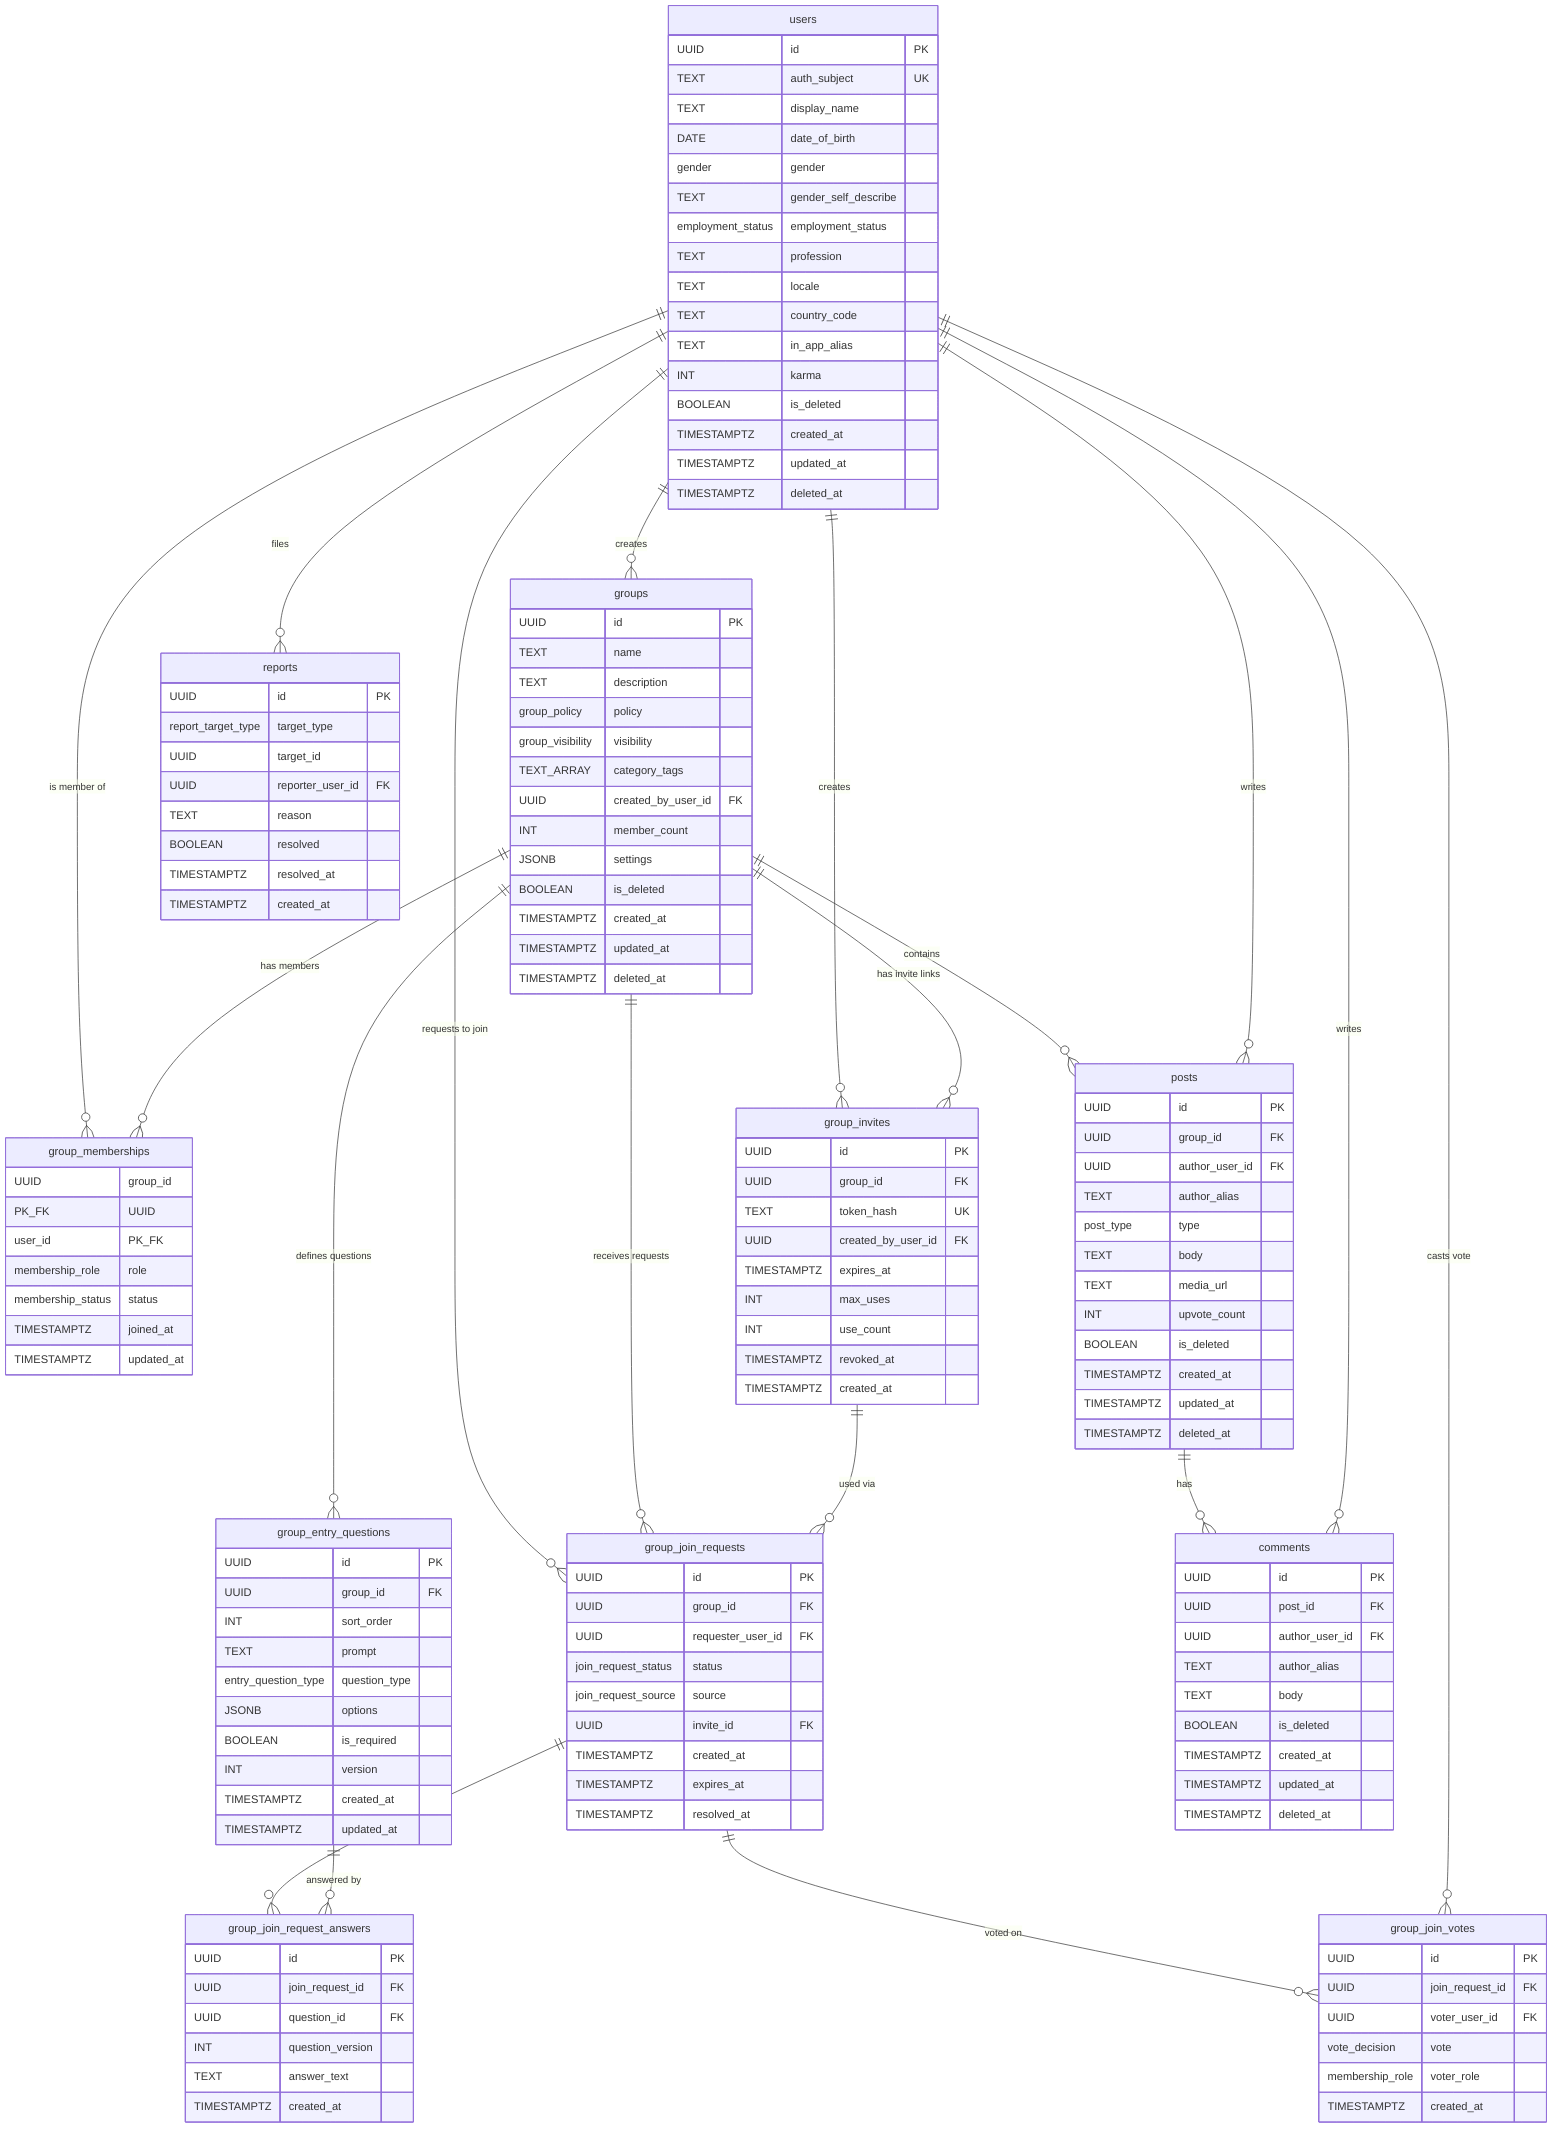
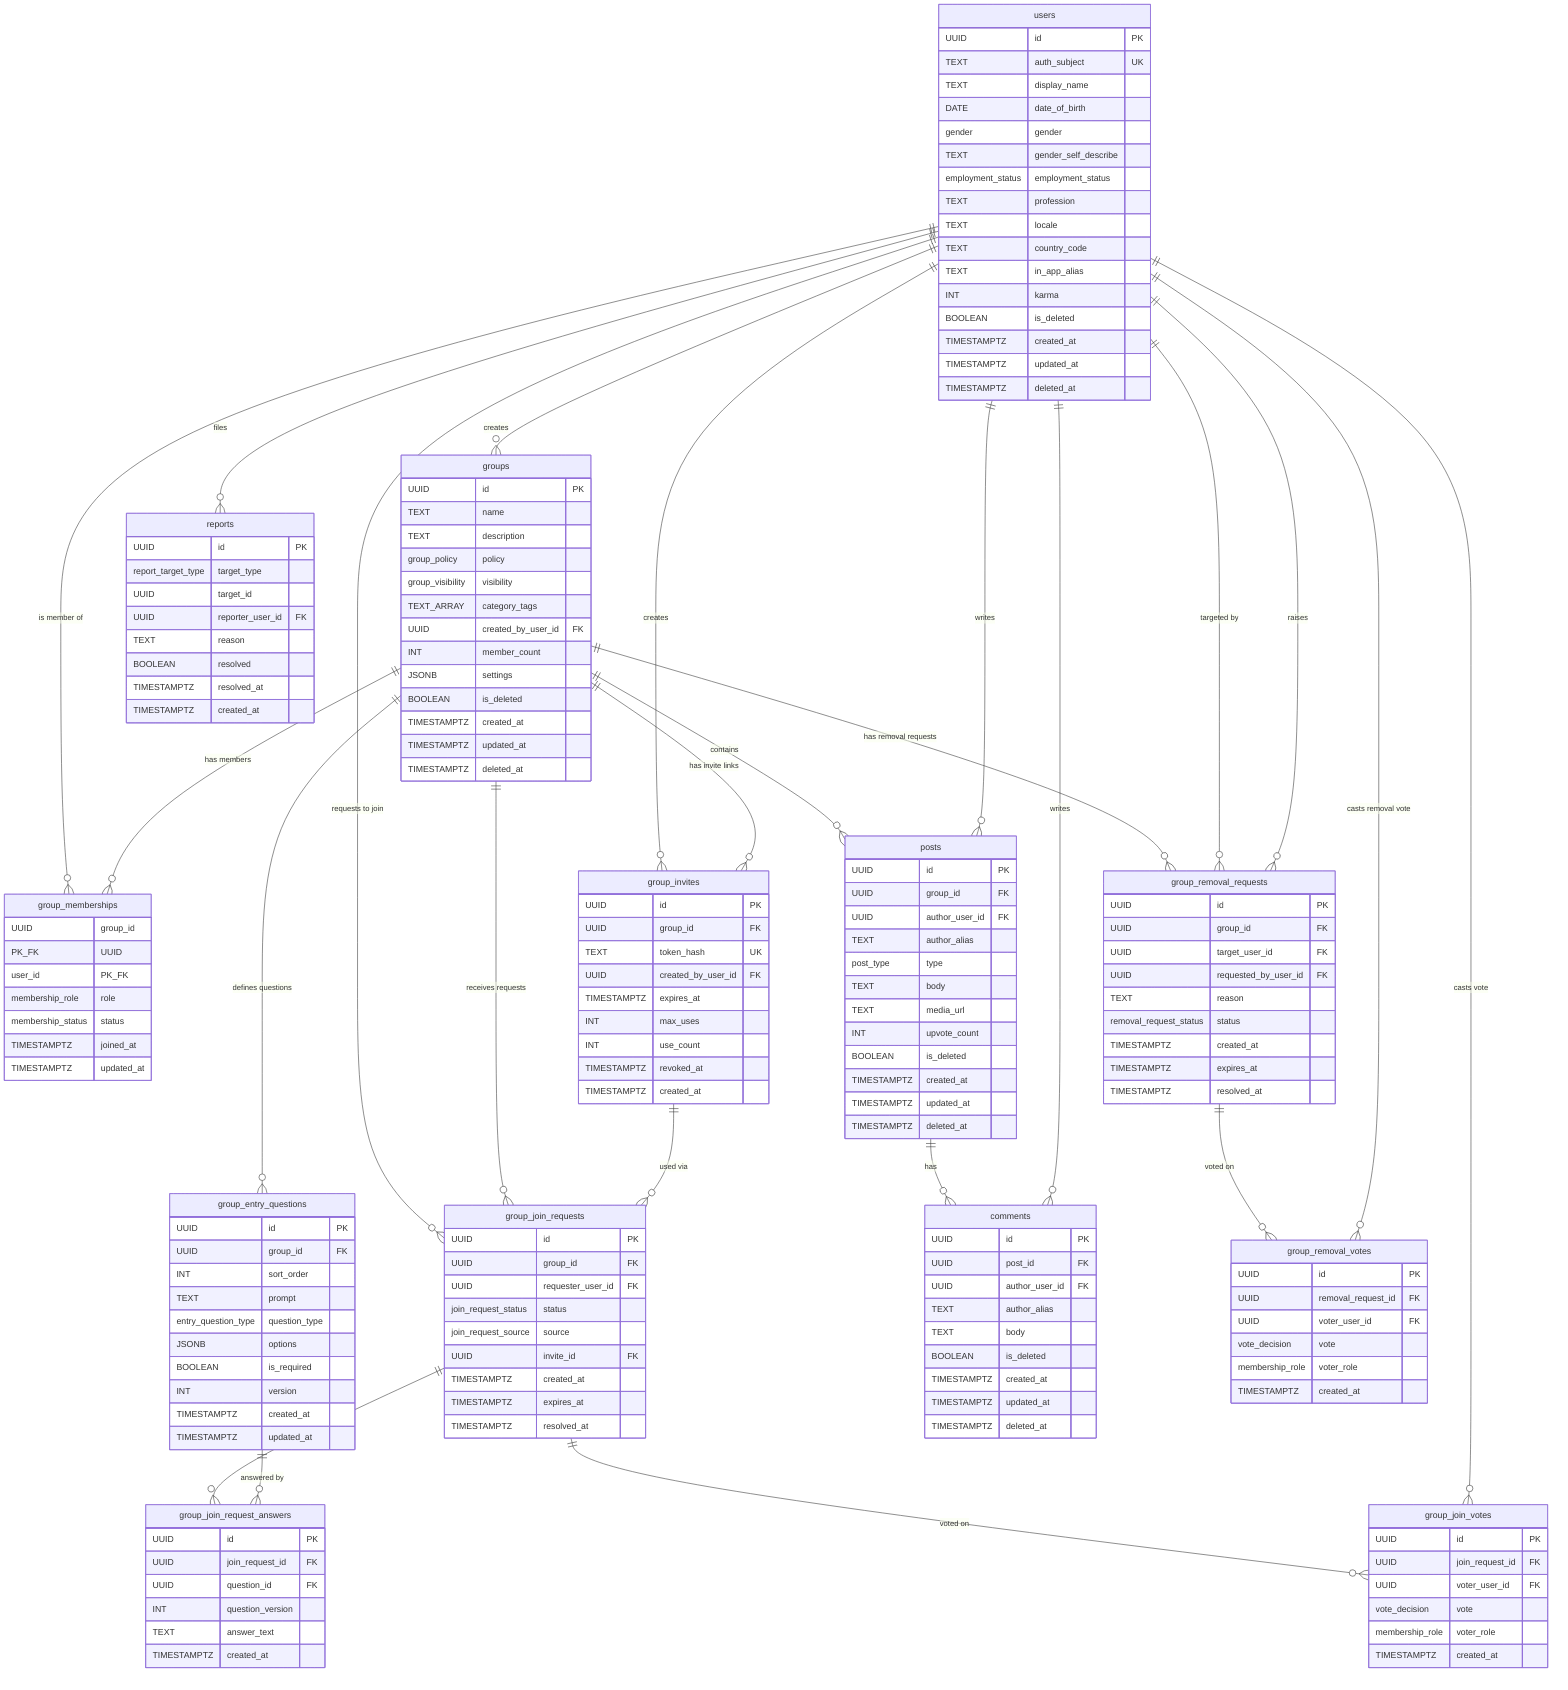
erDiagram

    users {
        UUID id PK
        TEXT auth_subject UK
        TEXT display_name
        DATE date_of_birth
        gender gender
        TEXT gender_self_describe
        employment_status employment_status
        TEXT profession
        TEXT locale
        TEXT country_code
        TEXT in_app_alias
        INT karma
        BOOLEAN is_deleted
        TIMESTAMPTZ created_at
        TIMESTAMPTZ updated_at
        TIMESTAMPTZ deleted_at
    }

    groups {
        UUID id PK
        TEXT name
        TEXT description
        group_policy policy
        group_visibility visibility
        TEXT_ARRAY category_tags
        UUID created_by_user_id FK
        INT member_count
        JSONB settings
        BOOLEAN is_deleted
        TIMESTAMPTZ created_at
        TIMESTAMPTZ updated_at
        TIMESTAMPTZ deleted_at
    }

    group_memberships {
        UUID group_id PK_FK
        UUID user_id PK_FK
        membership_role role
        membership_status status
        TIMESTAMPTZ joined_at
        TIMESTAMPTZ updated_at
    }

    group_invites {
        UUID id PK
        UUID group_id FK
        TEXT token_hash UK
        UUID created_by_user_id FK
        TIMESTAMPTZ expires_at
        INT max_uses
        INT use_count
        TIMESTAMPTZ revoked_at
        TIMESTAMPTZ created_at
    }

    group_entry_questions {
        UUID id PK
        UUID group_id FK
        INT sort_order
        TEXT prompt
        entry_question_type question_type
        JSONB options
        BOOLEAN is_required
        INT version
        TIMESTAMPTZ created_at
        TIMESTAMPTZ updated_at
    }

    group_join_requests {
        UUID id PK
        UUID group_id FK
        UUID requester_user_id FK
        join_request_status status
        join_request_source source
        UUID invite_id FK
        TIMESTAMPTZ created_at
        TIMESTAMPTZ expires_at
        TIMESTAMPTZ resolved_at
    }

    group_join_request_answers {
        UUID id PK
        UUID join_request_id FK
        UUID question_id FK
        INT question_version
        TEXT answer_text
        TIMESTAMPTZ created_at
    }

    group_join_votes {
        UUID id PK
        UUID join_request_id FK
        UUID voter_user_id FK
        vote_decision vote
        membership_role voter_role
        TIMESTAMPTZ created_at
    }

    posts {
        UUID id PK
        UUID group_id FK
        UUID author_user_id FK
        TEXT author_alias
        post_type type
        TEXT body
        TEXT media_url
        INT upvote_count
        BOOLEAN is_deleted
        TIMESTAMPTZ created_at
        TIMESTAMPTZ updated_at
        TIMESTAMPTZ deleted_at
    }

    comments {
        UUID id PK
        UUID post_id FK
        UUID author_user_id FK
        TEXT author_alias
        TEXT body
        BOOLEAN is_deleted
        TIMESTAMPTZ created_at
        TIMESTAMPTZ updated_at
        TIMESTAMPTZ deleted_at
    }

+     group_removal_requests {
+         UUID id PK
+         UUID group_id FK
+         UUID target_user_id FK
+         UUID requested_by_user_id FK
+         TEXT reason
+         removal_request_status status
+         TIMESTAMPTZ created_at
+         TIMESTAMPTZ expires_at
+         TIMESTAMPTZ resolved_at
+     }
+ 
+     group_removal_votes {
+         UUID id PK
+         UUID removal_request_id FK
+         UUID voter_user_id FK
+         vote_decision vote
+         membership_role voter_role
+         TIMESTAMPTZ created_at
+     }
+ 
    reports {
        UUID id PK
        report_target_type target_type
        UUID target_id
        UUID reporter_user_id FK
        TEXT reason
        BOOLEAN resolved
        TIMESTAMPTZ resolved_at
        TIMESTAMPTZ created_at
    }

    %% ---- Relationships ----

    users ||--o{ groups : "creates"
    users ||--o{ group_memberships : "is member of"
    groups ||--o{ group_memberships : "has members"

    users ||--o{ group_invites : "creates"
    groups ||--o{ group_invites : "has invite links"

    groups ||--o{ group_entry_questions : "defines questions"

    users ||--o{ group_join_requests : "requests to join"
    groups ||--o{ group_join_requests : "receives requests"
    group_invites ||--o{ group_join_requests : "used via"

    group_join_requests ||--o{ group_join_request_answers : "has answers"
    group_entry_questions ||--o{ group_join_request_answers : "answered by"

    group_join_requests ||--o{ group_join_votes : "voted on"
    users ||--o{ group_join_votes : "casts vote"

+     groups ||--o{ group_removal_requests : "has removal requests"
+     users ||--o{ group_removal_requests : "targeted by"
+     users ||--o{ group_removal_requests : "raises"
+ 
+     group_removal_requests ||--o{ group_removal_votes : "voted on"
+     users ||--o{ group_removal_votes : "casts removal vote"
+ 
    groups ||--o{ posts : "contains"
    users ||--o{ posts : "writes"

    posts ||--o{ comments : "has"
    users ||--o{ comments : "writes"

    users ||--o{ reports : "files"
